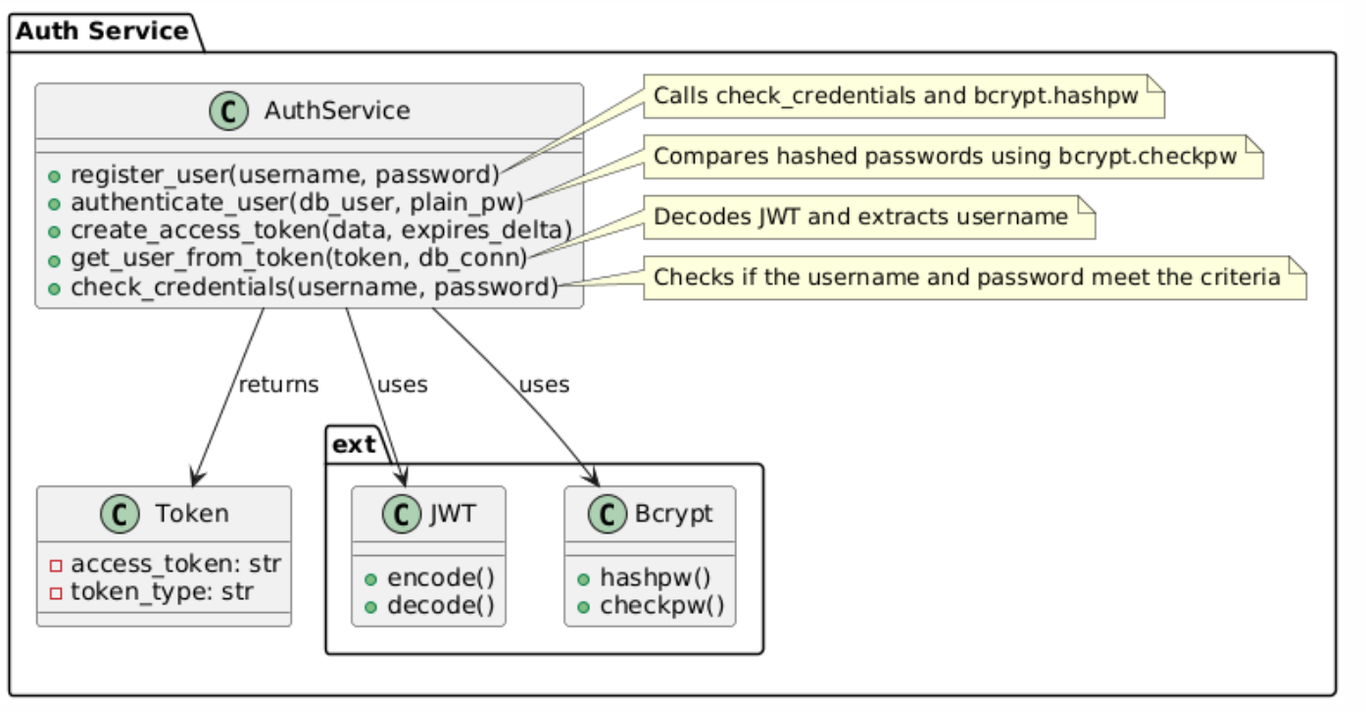
Digestey/lw-sqs-ss25 keeps this PlantUML diagram as docs/source/arc42/images/auth_service.PNG. Above is the earlier version. Its source is kept beside it as docs/source/arc42/images/auth_service.puml. Source of this version:
```plantuml
@startuml
package "Auth Service" {
  class AuthService {
    +register_user(username, password)
    +authenticate_user(db_user, plain_pw)
    +create_access_token(data, expires_delta)
    +get_user_from_token(token)
    +check_credentials(username, password)
  }

  class ext.JWT {
    +encode()
    +decode()
  }

  class ext.Bcrypt {
    +hashpw()
    +checkpw()
  }

  class Token {
    -access_token: str
    -token_type: str
  }

  AuthService --> JWT : uses
  AuthService --> Bcrypt : uses
  AuthService --> Token : returns

  note right of AuthService::register_user
    Calls check_credentials and bcrypt.hashpw
  end note

  note right of AuthService::authenticate_user
    Compares hashed passwords using bcrypt.checkpw
  end note

  note right of AuthService::get_user_from_token
    Decodes JWT and extracts "sub"
  end note
}
@enduml
```
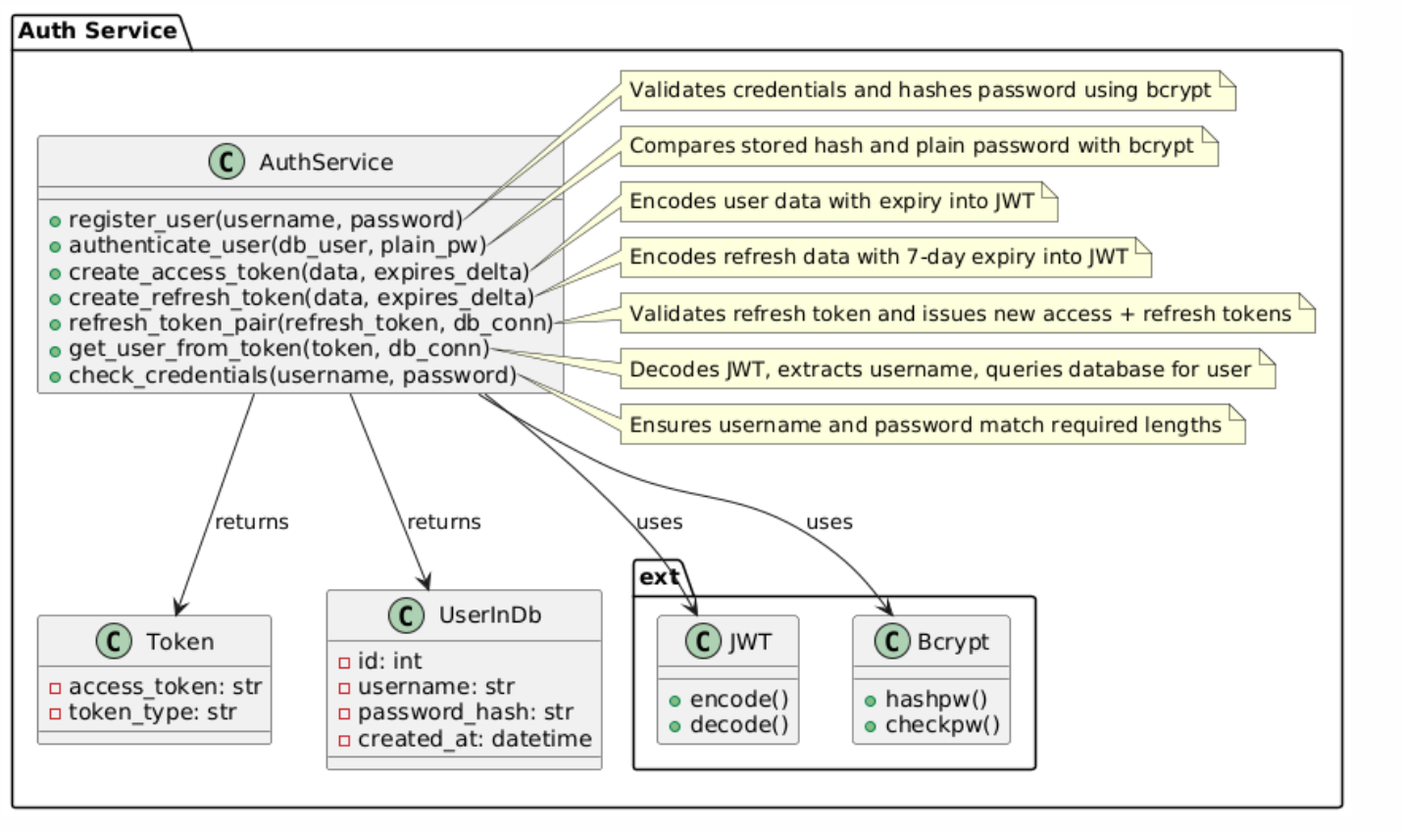
Later version of the same file.

What changed in the source:
```diff
@@ -4,7 +4,9 @@
     +register_user(username, password)
     +authenticate_user(db_user, plain_pw)
     +create_access_token(data, expires_delta)
-    +get_user_from_token(token)
+    +create_refresh_token(data, expires_delta)
+    +refresh_token_pair(refresh_token, db_conn)
+    +get_user_from_token(token, db_conn)
     +check_credentials(username, password)
   }
 
@@ -23,20 +25,44 @@
     -token_type: str
   }
 
+  class UserInDb {
+    -id: int
+    -username: str
+    -password_hash: str
+    -created_at: datetime
+  }
+
   AuthService --> JWT : uses
   AuthService --> Bcrypt : uses
   AuthService --> Token : returns
+  AuthService --> UserInDb : returns
 
   note right of AuthService::register_user
-    Calls check_credentials and bcrypt.hashpw
+    Validates credentials and hashes password using bcrypt
   end note
 
   note right of AuthService::authenticate_user
-    Compares hashed passwords using bcrypt.checkpw
+    Compares stored hash and plain password with bcrypt
+  end note
+
+  note right of AuthService::create_access_token
+    Encodes user data with expiry into JWT
+  end note
+
+  note right of AuthService::create_refresh_token
+    Encodes refresh data with 7-day expiry into JWT
+  end note
+
+  note right of AuthService::refresh_token_pair
+    Validates refresh token and issues new access + refresh tokens
   end note
 
   note right of AuthService::get_user_from_token
-    Decodes JWT and extracts "sub"
+    Decodes JWT, extracts username, queries database for user
+  end note
+
+  note right of AuthService::check_credentials
+    Ensures username and password match required lengths
   end note
 }
 @enduml
```
